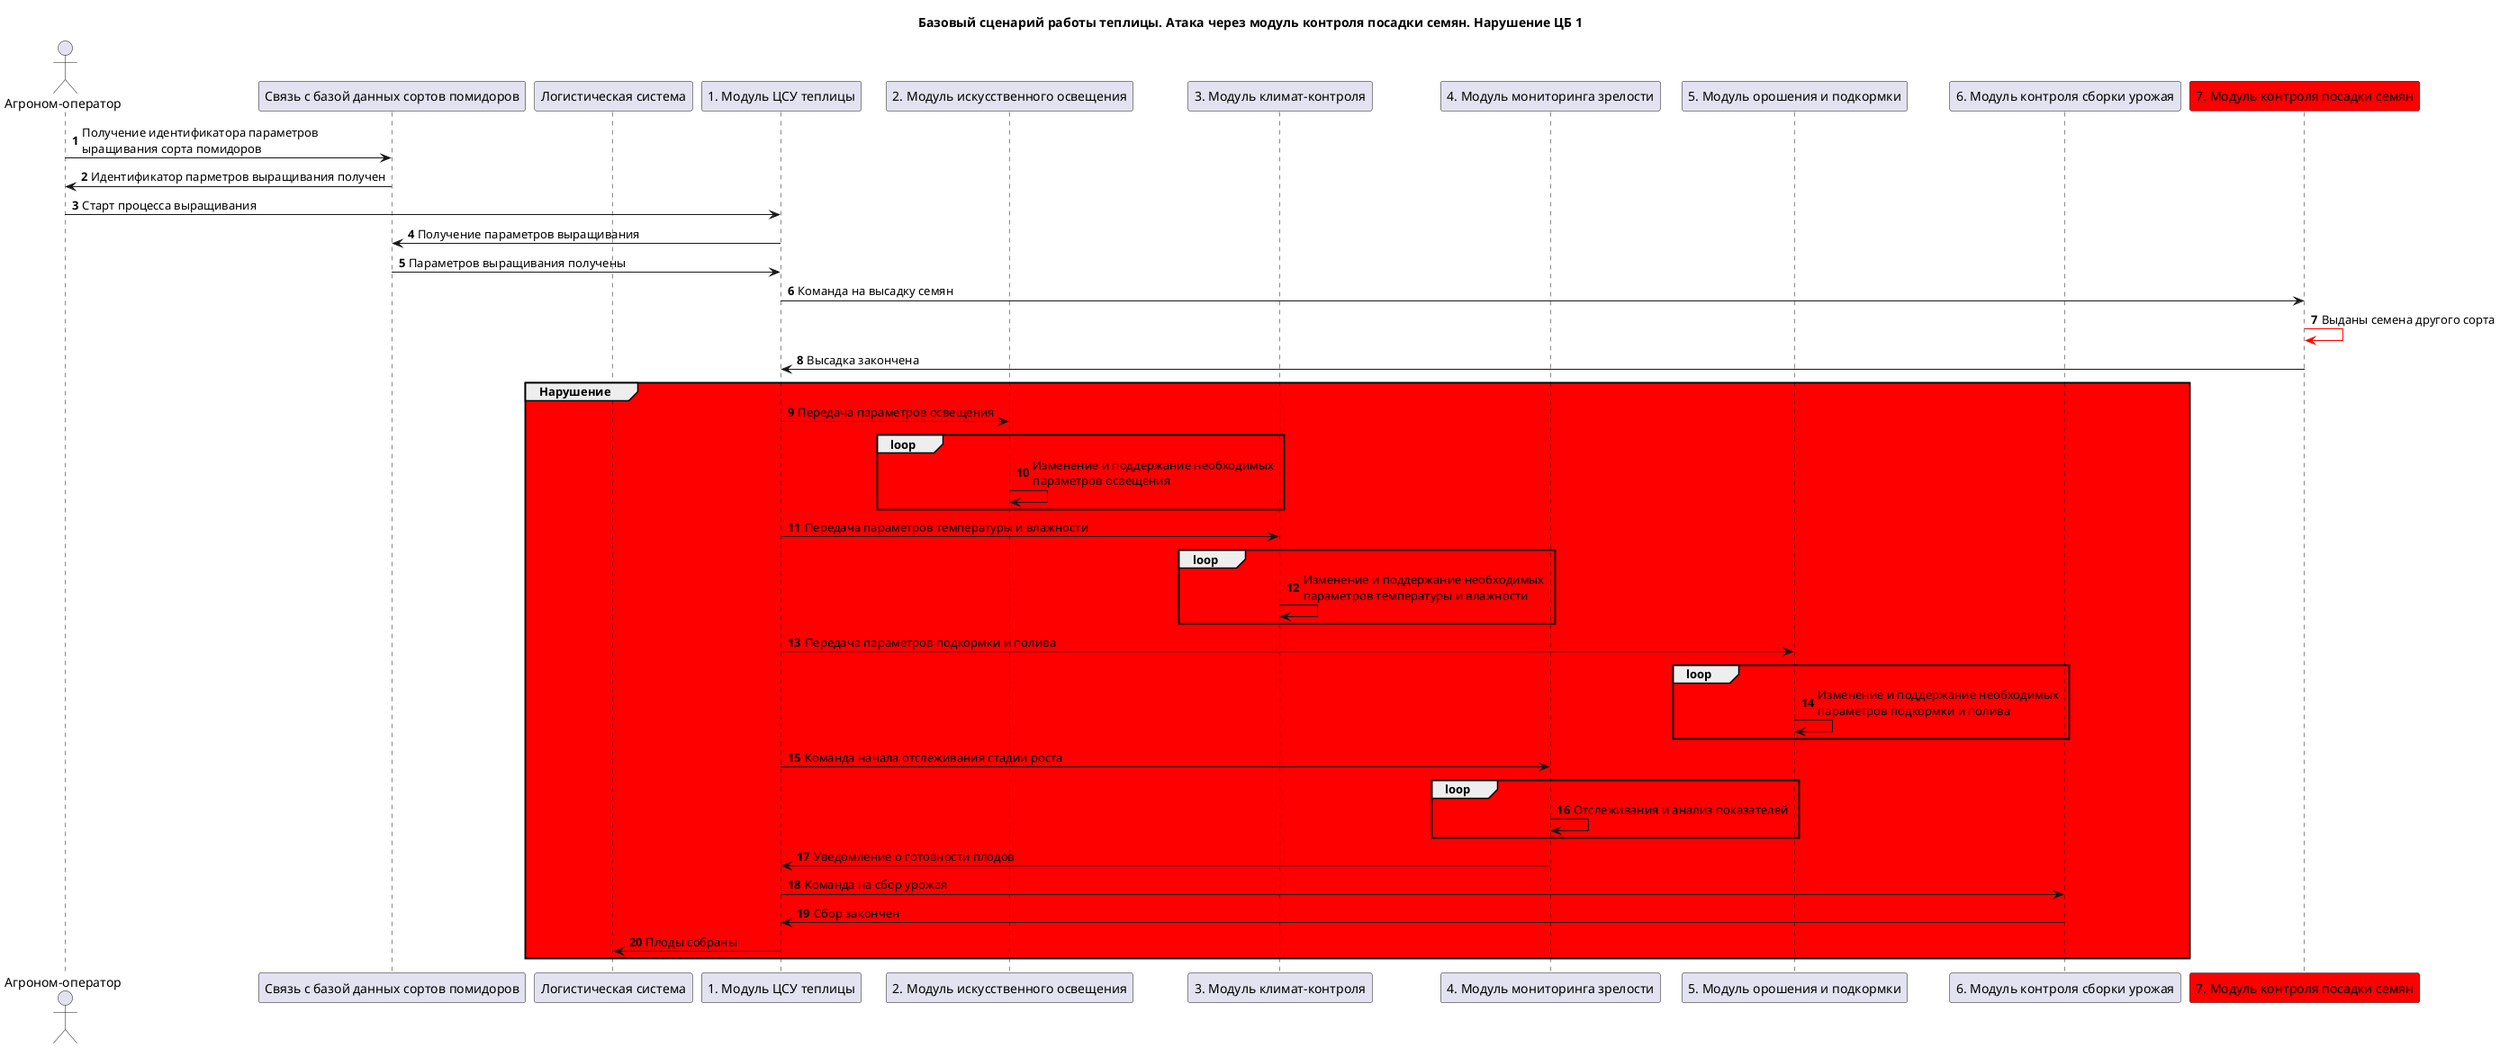
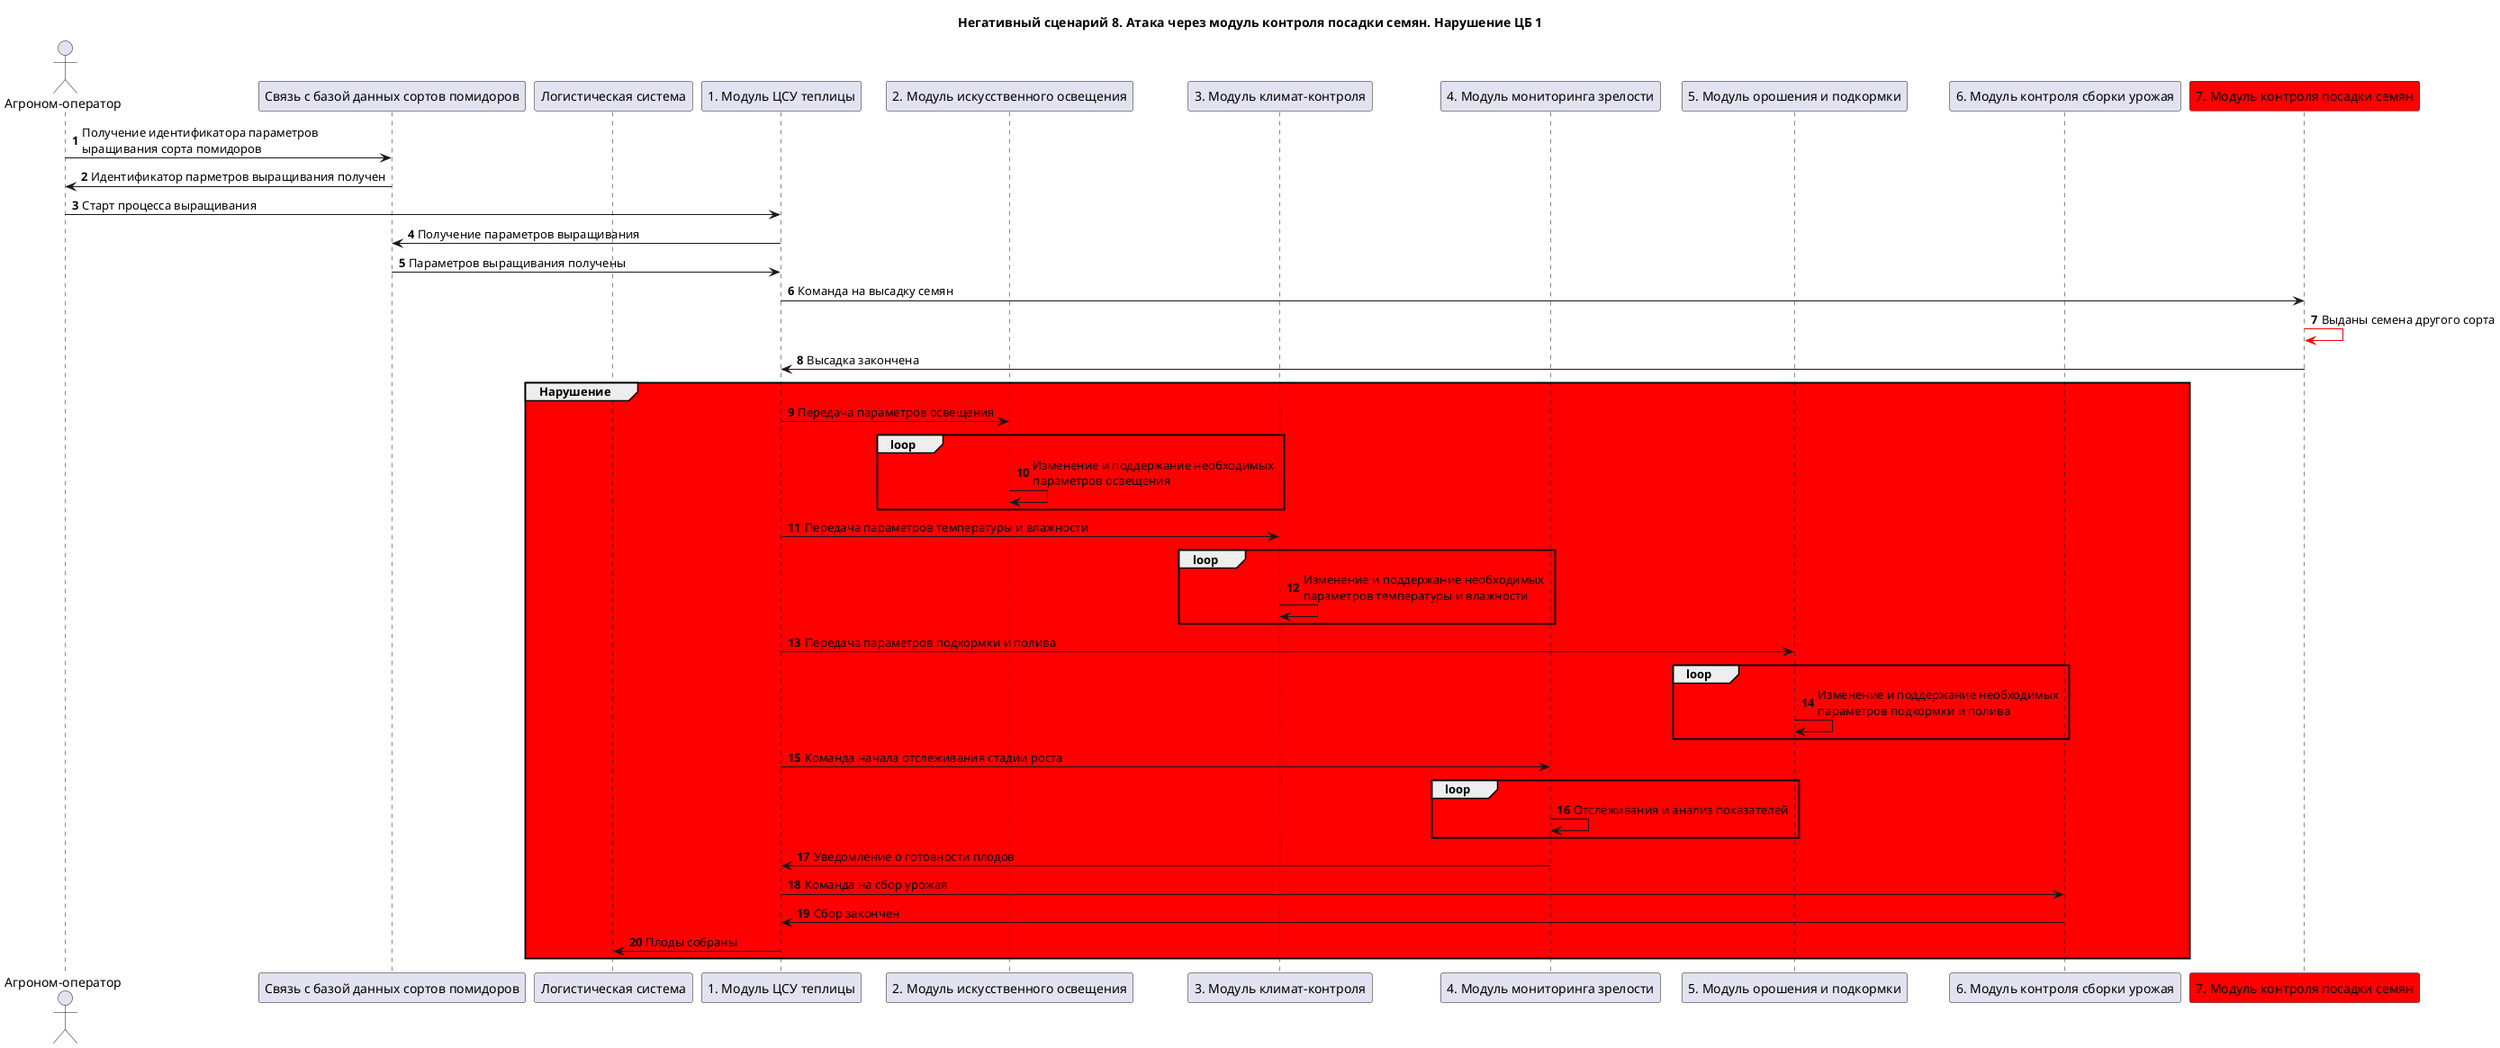
@startuml "ns-8"

- title "Базовый сценарий работы теплицы. Атака через модуль контроля посадки семян. Нарушение ЦБ 1"
+ title "Негативный сценарий 8. Атака через модуль контроля посадки семян. Нарушение ЦБ 1"

actor "Агроном-оператор" as operator
participant "Связь с базой данных сортов помидоров" as tomato_db
participant "Логистическая система" as logistics_system
participant "1. Модуль ЦСУ теплицы" as main_control_module
participant "2. Модуль искусственного освещения" as lighting_module
participant "3. Модуль климат-контроля" as climate_control_module
participant "4. Модуль мониторинга зрелости" as ripeness_monitor_module
participant "5. Модуль орошения и подкормки" as irrigation_module
participant "6. Модуль контроля сборки урожая" as harvesting_module
participant "7. Модуль контроля посадки семян" as planting_module #red

autonumber

operator -> tomato_db: Получение идентификатора параметров\nыращивания сорта помидоров
tomato_db -> operator: Идентификатор парметров выращивания получен

operator -> main_control_module: Старт процесса выращивания

main_control_module -> tomato_db: Получение параметров выращивания
tomato_db -> main_control_module: Параметров выращивания получены

main_control_module -> planting_module: Команда на высадку семян
planting_module -[#red]> planting_module: Выданы семена другого сорта
planting_module -> main_control_module: Высадка закончена

group #red Нарушение
main_control_module -> lighting_module: Передача параметров освещения
loop
lighting_module -> lighting_module: Изменение и поддержание необходимых\nпараметров освещения
end

main_control_module -> climate_control_module: Передача параметров температуры и влажности
loop
climate_control_module -> climate_control_module: Изменение и поддержание необходимых\nпараметров температуры и влажности
end

main_control_module -> irrigation_module: Передача параметров подкормки и полива
loop
irrigation_module -> irrigation_module: Изменение и поддержание необходимых\nпараметров подкормки и полива
end

main_control_module -> ripeness_monitor_module: Команда начала отслеживания стадии роста
loop
ripeness_monitor_module -> ripeness_monitor_module: Отслеживания и анализ показателей
end

ripeness_monitor_module -> main_control_module: Уведомление о готовности плодов

main_control_module -> harvesting_module: Команда на сбор урожая
harvesting_module -> main_control_module: Сбор закончен

main_control_module -> logistics_system: Плоды собраны
end

@enduml